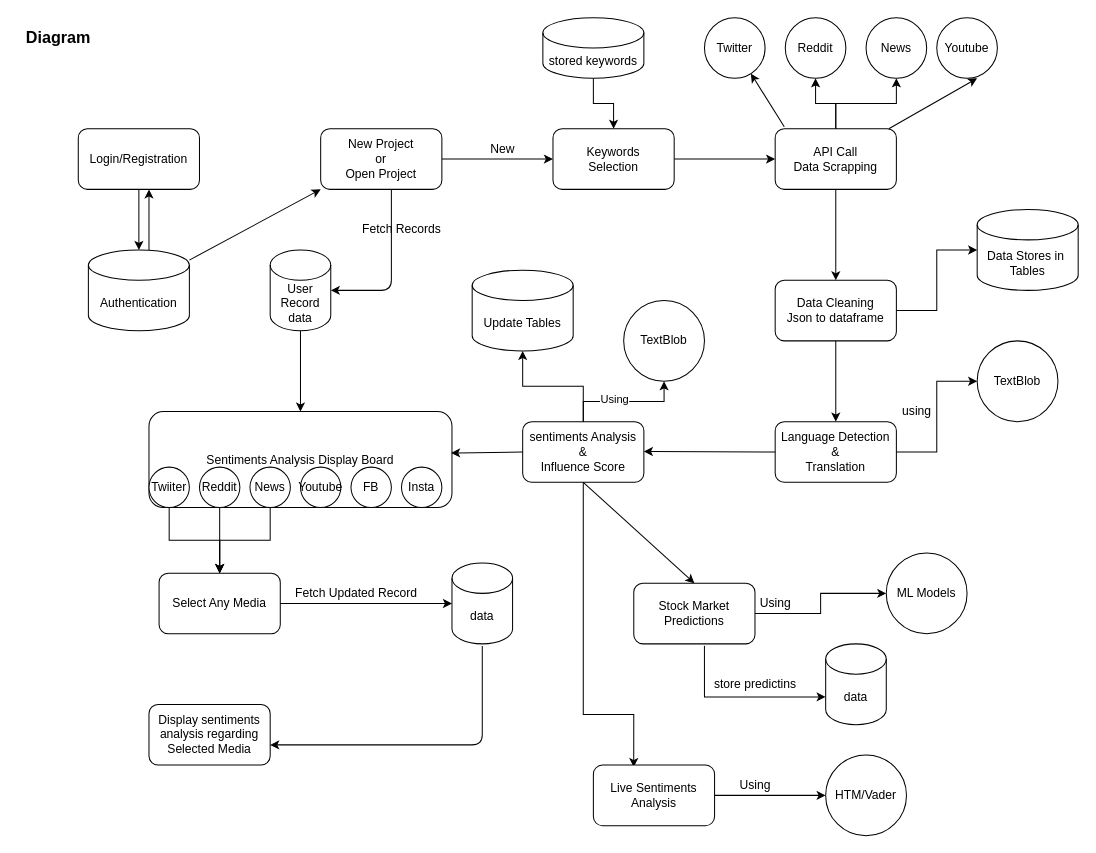
The draw.io diagram Untitled Diagram.drawio in waheedwaqar32202/DSA_Codes, before the edit. Source tidied: cells renumbered, new cells numbered last; positions are measured from the earlier drawing's top-left corner, leaving out a move shared by most shapes. Both pictures are drawn from the tidied source at 101%, with x=0, y=0 at pixel (17, 17).
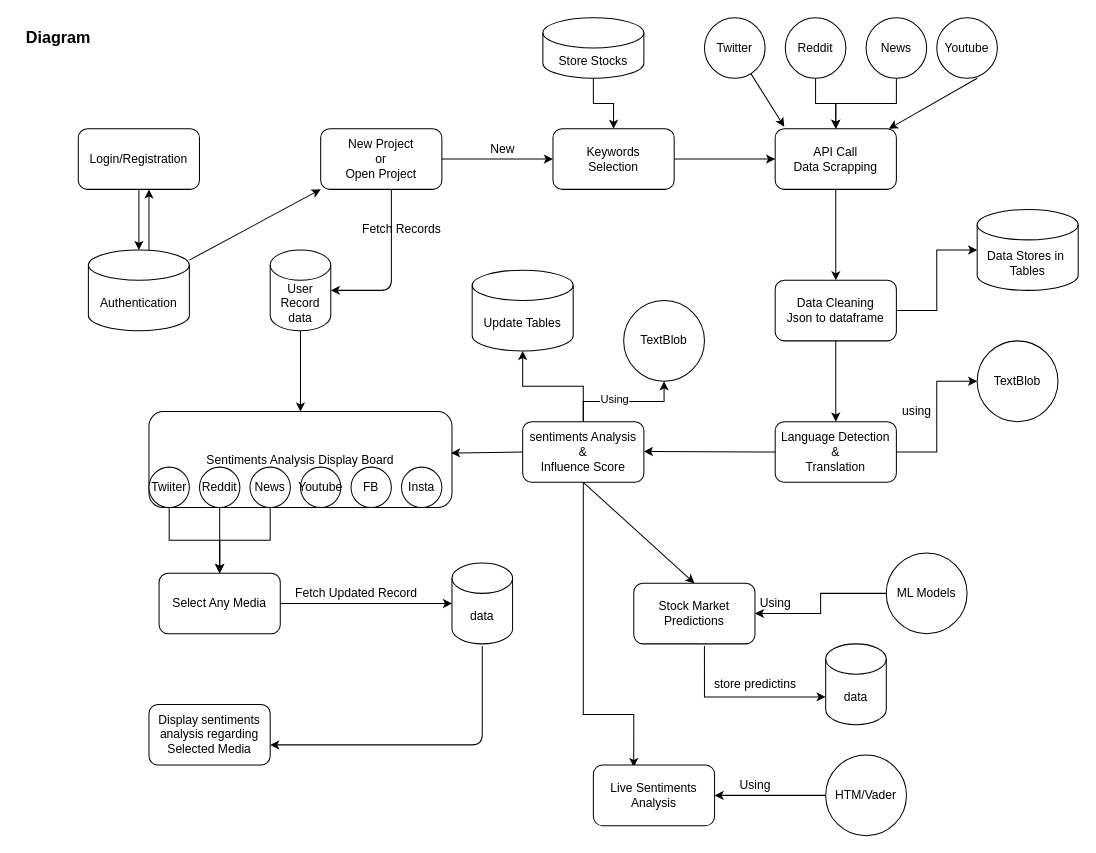
After the change.

Unchanged cells that the change refers to:
```xml
<mxCell id="16" value="API Call&lt;br&gt;Data Scrapping" style="rounded=1;whiteSpace=wrap;html=1;" parent="1" vertex="1">
  <mxGeometry x="750" y="110" width="120" height="60" as="geometry" />
</mxCell>
<mxCell id="17" value="Twitter" style="ellipse;whiteSpace=wrap;html=1;" parent="1" vertex="1">
  <mxGeometry x="680" width="60" height="60" as="geometry" />
</mxCell>
<mxCell id="19" value="Reddit" style="ellipse;whiteSpace=wrap;html=1;" parent="1" vertex="1">
  <mxGeometry x="760" width="60" height="60" as="geometry" />
</mxCell>
<mxCell id="21" value="News" style="ellipse;whiteSpace=wrap;html=1;" parent="1" vertex="1">
  <mxGeometry x="840" width="60" height="60" as="geometry" />
</mxCell>
<mxCell id="63" value="Stock Market Predictions" style="rounded=1;whiteSpace=wrap;html=1;" parent="1" vertex="1">
  <mxGeometry x="610" y="560" width="120" height="60" as="geometry" />
</mxCell>
<mxCell id="66" value="ML Models" style="ellipse;whiteSpace=wrap;html=1;" parent="1" vertex="1">
  <mxGeometry x="860" y="530" width="80" height="80" as="geometry" />
</mxCell>
<mxCell id="71" value="Live Sentiments Analysis" style="rounded=1;whiteSpace=wrap;html=1;" parent="1" vertex="1">
  <mxGeometry x="570" y="740" width="120" height="60" as="geometry" />
</mxCell>
<mxCell id="72" value="HTM/Vader" style="ellipse;whiteSpace=wrap;html=1;" parent="1" vertex="1">
  <mxGeometry x="800" y="730" width="80" height="80" as="geometry" />
</mxCell>
```

What changed in the source:
```diff
@@
-    <mxCell id="2" style="endArrow=classic;html=1;exitX=0.075;exitY=-0.033;exitDx=0;exitDy=0;exitPerimeter=0;" parent="1" edge="1" source="16" target="17">
+    <mxCell id="2" style="endArrow=classic;html=1;entryX=0.075;entryY=-0.033;entryDx=0;entryDy=0;entryPerimeter=0;" parent="1" edge="1" source="17" target="16">
       <mxGeometry relative="1" as="geometry" />
     </mxCell>
@@
-    <mxCell id="14" value="stored keywords" style="shape=cylinder3;whiteSpace=wrap;html=1;boundedLbl=1;backgroundOutline=1;size=15;" parent="1" vertex="1">
+    <mxCell id="14" value="Store Stocks" style="shape=cylinder3;whiteSpace=wrap;html=1;boundedLbl=1;backgroundOutline=1;size=15;" parent="1" vertex="1">
       <mxGeometry x="520" width="100" height="60" as="geometry" />
     </mxCell>
@@
-    <mxCell id="18" style="edgeStyle=orthogonalEdgeStyle;rounded=0;jettySize=auto;html=1;" parent="1" edge="1" source="16" target="19">
+    <mxCell id="18" style="edgeStyle=orthogonalEdgeStyle;rounded=0;jettySize=auto;html=1;" parent="1" edge="1" source="19" target="16">
       <mxGeometry relative="1" as="geometry" />
     </mxCell>
@@
-    <mxCell id="20" style="edgeStyle=orthogonalEdgeStyle;rounded=0;jettySize=auto;html=1;" parent="1" edge="1" source="16" target="21">
+    <mxCell id="20" style="edgeStyle=orthogonalEdgeStyle;rounded=0;jettySize=auto;html=1;" parent="1" edge="1" source="21" target="16">
       <mxGeometry relative="1" as="geometry" />
     </mxCell>
@@
-    <mxCell id="23" style="endArrow=classic;html=1;" parent="1" edge="1" source="16">
+    <mxCell id="23" style="endArrow=classic;html=1;" parent="1" edge="1" target="16">
       <mxGeometry relative="1" as="geometry">
-        <mxPoint x="950" y="60" as="targetPoint" />
+        <mxPoint x="950" y="60" as="sourcePoint" />
       </mxGeometry>
     </mxCell>
@@
-    <mxCell id="61" style="edgeStyle=orthogonalEdgeStyle;rounded=0;jettySize=auto;html=1;entryX=0;entryY=0.5;entryDx=0;entryDy=0;" parent="1" edge="1" source="63" target="66">
+    <mxCell id="61" style="edgeStyle=orthogonalEdgeStyle;rounded=0;jettySize=auto;html=1;exitX=0;exitY=0.5;exitDx=0;exitDy=0;" parent="1" edge="1" source="66" target="63">
       <mxGeometry relative="1" as="geometry" />
     </mxCell>
@@
-    <mxCell id="70" style="edgeStyle=orthogonalEdgeStyle;rounded=0;jettySize=auto;html=1;" parent="1" edge="1" source="71" target="72">
+    <mxCell id="70" style="edgeStyle=orthogonalEdgeStyle;rounded=0;jettySize=auto;html=1;" parent="1" edge="1" source="72" target="71">
       <mxGeometry relative="1" as="geometry" />
     </mxCell>
```
